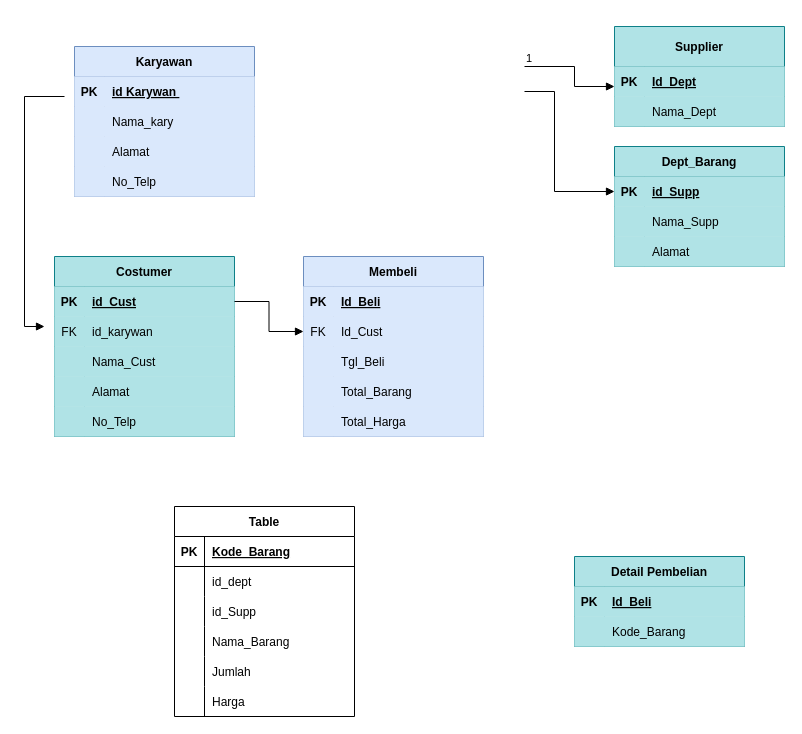
Before: Diagram Tanpa Judul.drawio in NayaRPL/db1_usb, a draw.io diagram. Source tidied: cells renumbered, new cells numbered last; positions are measured from the earlier drawing's top-left corner, leaving out a move shared by most shapes. Both pictures are drawn from the tidied source at 100%, with x=0, y=0 at pixel (24, 26).
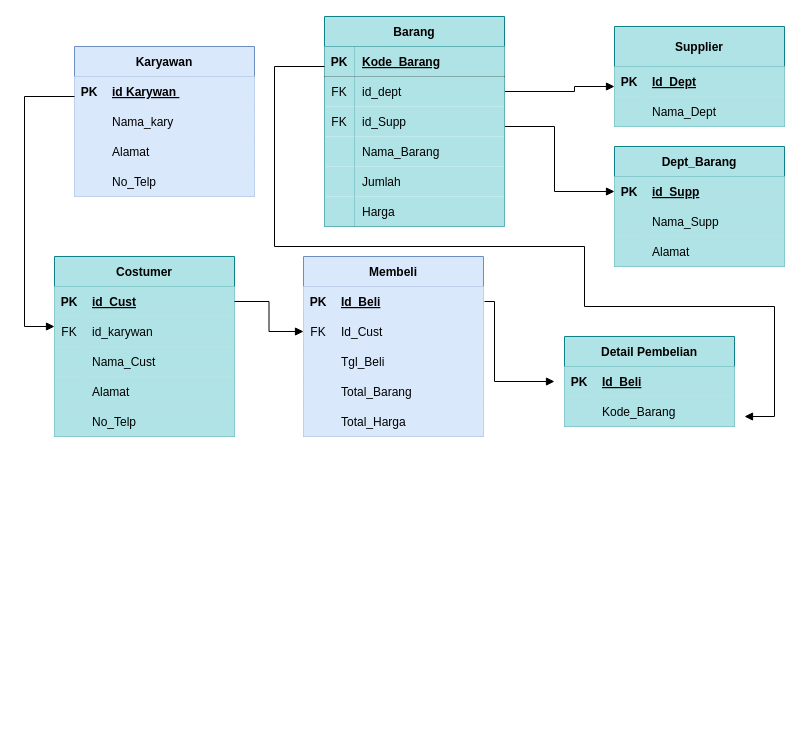
After the change.

Commit message:
kasus retail

The change refers to these unchanged cells:
```xml
<mxCell id="3" style="shape=tableRow;horizontal=0;startSize=0;swimlaneHead=0;swimlaneBody=0;fillColor=#dae8fc;points=[[0,0.5],[1,0.5]];portConstraint=eastwest;top=0;left=0;right=0;bottom=0;strokeColor=#6c8ebf;" parent="2" vertex="1">
  <mxGeometry y="30" width="180" height="30" as="geometry" />
</mxCell>
<mxCell id="55" style="shape=tableRow;horizontal=0;startSize=0;swimlaneHead=0;swimlaneBody=0;points=[[0,0.5],[1,0.5]];portConstraint=eastwest;top=0;left=0;right=0;bottom=0;fillColor=#b0e3e6;strokeColor=#0e8088;" parent="54" vertex="1">
  <mxGeometry y="40" width="170" height="30" as="geometry" />
</mxCell>
<mxCell id="62" style="shape=tableRow;horizontal=0;startSize=0;swimlaneHead=0;swimlaneBody=0;points=[[0,0.5],[1,0.5]];portConstraint=eastwest;top=0;left=0;right=0;bottom=0;fillColor=#b0e3e6;strokeColor=#0e8088;" parent="61" vertex="1">
  <mxGeometry y="30" width="170" height="30" as="geometry" />
</mxCell>
<mxCell id="77" style="shape=tableRow;horizontal=0;startSize=0;swimlaneHead=0;swimlaneBody=0;fillColor=none;points=[[0,0.5],[1,0.5]];portConstraint=eastwest;top=0;left=0;right=0;bottom=1;" parent="76" vertex="1">
  <mxGeometry y="30" width="180" height="30" as="geometry" />
</mxCell>
<mxCell id="80" style="shape=tableRow;horizontal=0;startSize=0;swimlaneHead=0;swimlaneBody=0;fillColor=none;points=[[0,0.5],[1,0.5]];portConstraint=eastwest;top=0;left=0;right=0;bottom=0;" parent="76" vertex="1">
  <mxGeometry y="60" width="180" height="30" as="geometry" />
</mxCell>
<mxCell id="83" style="shape=tableRow;horizontal=0;startSize=0;swimlaneHead=0;swimlaneBody=0;fillColor=none;points=[[0,0.5],[1,0.5]];portConstraint=eastwest;top=0;left=0;right=0;bottom=0;" parent="76" vertex="1">
  <mxGeometry y="90" width="180" height="30" as="geometry" />
</mxCell>
<mxCell id="86" style="shape=tableRow;horizontal=0;startSize=0;swimlaneHead=0;swimlaneBody=0;fillColor=none;top=0;left=0;right=0;bottom=0;" parent="76" vertex="1">
  <mxGeometry y="120" width="180" height="30" as="geometry" />
</mxCell>
<mxCell id="89" style="shape=tableRow;horizontal=0;startSize=0;swimlaneHead=0;swimlaneBody=0;fillColor=none;top=0;left=0;right=0;bottom=0;" parent="76" vertex="1">
  <mxGeometry y="150" width="180" height="30" as="geometry" />
</mxCell>
<mxCell id="92" style="shape=tableRow;horizontal=0;startSize=0;swimlaneHead=0;swimlaneBody=0;fillColor=none;top=0;left=0;right=0;bottom=0;" parent="76" vertex="1">
  <mxGeometry y="180" width="180" height="30" as="geometry" />
</mxCell>
```

Diff of the diagram source:
```diff
@@
     <mxCell id="47" value="Detail Pembelian" style="shape=table;startSize=30;childLayout=tableLayout;rowLines=0;fontStyle=1;align=center;fillColor=#b0e3e6;strokeColor=#0e8088;bottom=0;" parent="1" vertex="1">
-      <mxGeometry x="550" y="530" width="170" height="90" as="geometry" />
+      <mxGeometry x="540" y="310" width="170" height="90" as="geometry" />
     </mxCell>
@@
-    <mxCell id="71" style="endArrow=block;endFill=1;html=1;edgeStyle=orthogonalEdgeStyle;align=left;verticalAlign=top;rounded=0;" parent="1" edge="1">
+    <mxCell id="71" style="endArrow=block;endFill=1;html=1;edgeStyle=orthogonalEdgeStyle;align=left;verticalAlign=top;rounded=0;exitX=0;exitY=0.667;exitDx=0;exitDy=0;exitPerimeter=0;" parent="1" edge="1" source="3">
       <mxGeometry x="-1" relative="1" as="geometry">
-        <mxPoint x="40" y="70" as="sourcePoint" />
-        <mxPoint x="20" y="300" as="targetPoint" />
+        <mxPoint x="30" y="300" as="targetPoint" />
         <Array as="points">
           <mxPoint y="70" />
+          <mxPoint y="300" />
         </Array>
       </mxGeometry>
     </mxCell>
@@
-    <mxCell id="73" style="endArrow=block;endFill=1;html=1;edgeStyle=orthogonalEdgeStyle;align=left;verticalAlign=top;rounded=0;entryX=0;entryY=0.667;entryDx=0;entryDy=0;entryPerimeter=0;exitX=1;exitY=0.5;exitDx=0;exitDy=0;" parent="1" edge="1" target="55">
+    <mxCell id="73" style="endArrow=block;endFill=1;html=1;edgeStyle=orthogonalEdgeStyle;align=left;verticalAlign=top;rounded=0;entryX=0;entryY=0.667;entryDx=0;entryDy=0;entryPerimeter=0;exitX=1;exitY=0.5;exitDx=0;exitDy=0;" parent="1" edge="1" source="80" target="55">
       <mxGeometry x="-1" relative="1" as="geometry">
-        <mxPoint x="500" y="40" as="sourcePoint" />
         <Array as="points">
-          <mxPoint x="550" y="40" />
+          <mxPoint x="550" y="65" />
           <mxPoint x="550" y="60" />
         </Array>
       </mxGeometry>
     </mxCell>
-    <mxCell id="74" value="1" style="edgeLabel;html=1;align=left;verticalAlign=bottom;" parent="73" vertex="1">
-      <mxGeometry x="-1" relative="1" as="geometry" />
-    </mxCell>
-    <mxCell id="75" style="endArrow=block;endFill=1;html=1;edgeStyle=orthogonalEdgeStyle;align=left;verticalAlign=top;rounded=0;exitX=1;exitY=0.5;exitDx=0;exitDy=0;entryX=0;entryY=0.5;entryDx=0;entryDy=0;" parent="1" edge="1" target="62">
+    <mxCell id="75" style="endArrow=block;endFill=1;html=1;edgeStyle=orthogonalEdgeStyle;align=left;verticalAlign=top;rounded=0;entryX=0;entryY=0.5;entryDx=0;entryDy=0;exitX=1;exitY=0.5;exitDx=0;exitDy=0;" parent="1" edge="1" source="83" target="62">
       <mxGeometry x="-1" relative="1" as="geometry">
-        <mxPoint x="500" y="65" as="sourcePoint" />
         <Array as="points">
-          <mxPoint x="530" y="65" />
+          <mxPoint x="480" y="100" />
+          <mxPoint x="530" y="100" />
           <mxPoint x="530" y="165" />
         </Array>
       </mxGeometry>
     </mxCell>
-    <mxCell id="76" value="Table" style="shape=table;startSize=30;childLayout=tableLayout;rowLines=0;fontStyle=1;align=center;" parent="1" vertex="1">
-      <mxGeometry x="150" y="480" width="180" height="210" as="geometry" />
+    <mxCell id="76" value="Barang" style="shape=table;startSize=30;childLayout=tableLayout;rowLines=0;fontStyle=1;align=center;fillColor=#b0e3e6;strokeColor=#0e8088;" parent="1" vertex="1">
+      <mxGeometry x="300" y="-10" width="180" height="210" as="geometry" />
     </mxCell>
@@
-    <mxCell id="78" value="PK" style="shape=partialRectangle;fillColor=none;top=0;left=0;bottom=0;right=0;fontStyle=1;overflow=hidden;" parent="77" vertex="1">
+    <mxCell id="78" value="PK" style="shape=partialRectangle;fillColor=#b0e3e6;top=0;left=0;bottom=0;right=0;fontStyle=1;overflow=hidden;strokeColor=#0e8088;" parent="77" vertex="1">
       <mxGeometry width="30" height="30" as="geometry" />
     </mxCell>
-    <mxCell id="79" value="Kode_Barang" style="shape=partialRectangle;fillColor=none;top=0;left=0;bottom=0;right=0;align=left;spacingLeft=6;fontStyle=5;overflow=hidden;" parent="77" vertex="1">
+    <mxCell id="79" value="Kode_Barang" style="shape=partialRectangle;fillColor=#b0e3e6;top=0;left=0;bottom=0;right=0;align=left;spacingLeft=6;fontStyle=5;overflow=hidden;strokeColor=#0e8088;" parent="77" vertex="1">
       <mxGeometry x="30" width="150" height="30" as="geometry" />
     </mxCell>
@@
-    <mxCell id="81" style="shape=partialRectangle;fillColor=none;top=0;left=0;bottom=0;right=0;overflow=hidden;" parent="80" vertex="1">
+    <mxCell id="81" value="FK" style="shape=partialRectangle;fillColor=#b0e3e6;top=0;left=0;bottom=0;right=0;overflow=hidden;strokeColor=#0e8088;" parent="80" vertex="1">
       <mxGeometry width="30" height="30" as="geometry" />
     </mxCell>
-    <mxCell id="82" value="id_dept" style="shape=partialRectangle;fillColor=none;top=0;left=0;bottom=0;right=0;align=left;spacingLeft=6;overflow=hidden;" parent="80" vertex="1">
+    <mxCell id="82" value="id_dept" style="shape=partialRectangle;fillColor=#b0e3e6;top=0;left=0;bottom=0;right=0;align=left;spacingLeft=6;overflow=hidden;strokeColor=#0e8088;" parent="80" vertex="1">
       <mxGeometry x="30" width="150" height="30" as="geometry" />
     </mxCell>
@@
-    <mxCell id="84" style="shape=partialRectangle;fillColor=none;top=0;left=0;bottom=0;right=0;overflow=hidden;" parent="83" vertex="1">
+    <mxCell id="84" value="FK" style="shape=partialRectangle;fillColor=#b0e3e6;top=0;left=0;bottom=0;right=0;overflow=hidden;strokeColor=#0e8088;" parent="83" vertex="1">
       <mxGeometry width="30" height="30" as="geometry" />
     </mxCell>
-    <mxCell id="85" value="id_Supp" style="shape=partialRectangle;fillColor=none;top=0;left=0;bottom=0;right=0;align=left;spacingLeft=6;overflow=hidden;" parent="83" vertex="1">
+    <mxCell id="85" value="id_Supp" style="shape=partialRectangle;fillColor=#b0e3e6;top=0;left=0;bottom=0;right=0;align=left;spacingLeft=6;overflow=hidden;strokeColor=#0e8088;" parent="83" vertex="1">
       <mxGeometry x="30" width="150" height="30" as="geometry" />
     </mxCell>
@@
-    <mxCell id="87" style="shape=partialRectangle;fillColor=none;top=0;left=0;bottom=0;right=0;overflow=hidden;" parent="86" vertex="1">
+    <mxCell id="87" style="shape=partialRectangle;fillColor=#b0e3e6;top=0;left=0;bottom=0;right=0;overflow=hidden;strokeColor=#0e8088;" parent="86" vertex="1">
       <mxGeometry width="30" height="30" as="geometry" />
     </mxCell>
-    <mxCell id="88" value="Nama_Barang" style="shape=partialRectangle;fillColor=none;top=0;left=0;bottom=0;right=0;align=left;spacingLeft=6;overflow=hidden;" parent="86" vertex="1">
+    <mxCell id="88" value="Nama_Barang" style="shape=partialRectangle;fillColor=#b0e3e6;top=0;left=0;bottom=0;right=0;align=left;spacingLeft=6;overflow=hidden;strokeColor=#0e8088;" parent="86" vertex="1">
       <mxGeometry x="30" width="150" height="30" as="geometry" />
     </mxCell>
@@
-    <mxCell id="90" style="shape=partialRectangle;fillColor=none;top=0;left=0;bottom=0;right=0;overflow=hidden;" parent="89" vertex="1">
+    <mxCell id="90" style="shape=partialRectangle;fillColor=#b0e3e6;top=0;left=0;bottom=0;right=0;overflow=hidden;strokeColor=#0e8088;" parent="89" vertex="1">
       <mxGeometry width="30" height="30" as="geometry" />
     </mxCell>
-    <mxCell id="91" value="Jumlah" style="shape=partialRectangle;fillColor=none;top=0;left=0;bottom=0;right=0;align=left;spacingLeft=6;overflow=hidden;" parent="89" vertex="1">
+    <mxCell id="91" value="Jumlah" style="shape=partialRectangle;fillColor=#b0e3e6;top=0;left=0;bottom=0;right=0;align=left;spacingLeft=6;overflow=hidden;strokeColor=#0e8088;" parent="89" vertex="1">
       <mxGeometry x="30" width="150" height="30" as="geometry" />
     </mxCell>
@@
-    <mxCell id="93" style="shape=partialRectangle;fillColor=none;top=0;left=0;bottom=0;right=0;overflow=hidden;" parent="92" vertex="1">
+    <mxCell id="93" style="shape=partialRectangle;fillColor=#b0e3e6;top=0;left=0;bottom=0;right=0;overflow=hidden;strokeColor=#0e8088;" parent="92" vertex="1">
       <mxGeometry width="30" height="30" as="geometry" />
     </mxCell>
-    <mxCell id="94" value="Harga" style="shape=partialRectangle;fillColor=none;top=0;left=0;bottom=0;right=0;align=left;spacingLeft=6;overflow=hidden;" parent="92" vertex="1">
+    <mxCell id="94" value="Harga" style="shape=partialRectangle;fillColor=#b0e3e6;top=0;left=0;bottom=0;right=0;align=left;spacingLeft=6;overflow=hidden;strokeColor=#0e8088;" parent="92" vertex="1">
       <mxGeometry x="30" width="150" height="30" as="geometry" />
     </mxCell>
+    <mxCell id="95" style="endArrow=block;endFill=1;html=1;edgeStyle=orthogonalEdgeStyle;align=left;verticalAlign=top;rounded=0;exitX=0;exitY=0.667;exitDx=0;exitDy=0;exitPerimeter=0;" parent="1" edge="1" source="77">
+      <mxGeometry x="-1" relative="1" as="geometry">
+        <mxPoint x="720" y="390" as="targetPoint" />
+        <Array as="points">
+          <mxPoint x="250" y="40" />
+          <mxPoint x="250" y="220" />
+          <mxPoint x="560" y="220" />
+          <mxPoint x="560" y="280" />
+          <mxPoint x="750" y="280" />
+          <mxPoint x="750" y="390" />
+        </Array>
+      </mxGeometry>
+    </mxCell>
+    <mxCell id="96" style="endArrow=block;endFill=1;html=1;edgeStyle=orthogonalEdgeStyle;align=left;verticalAlign=top;rounded=0;" parent="1" edge="1">
+      <mxGeometry x="-1" relative="1" as="geometry">
+        <mxPoint x="460" y="275" as="sourcePoint" />
+        <mxPoint x="530" y="355" as="targetPoint" />
+        <Array as="points">
+          <mxPoint x="470" y="355" />
+        </Array>
+      </mxGeometry>
+    </mxCell>
```
